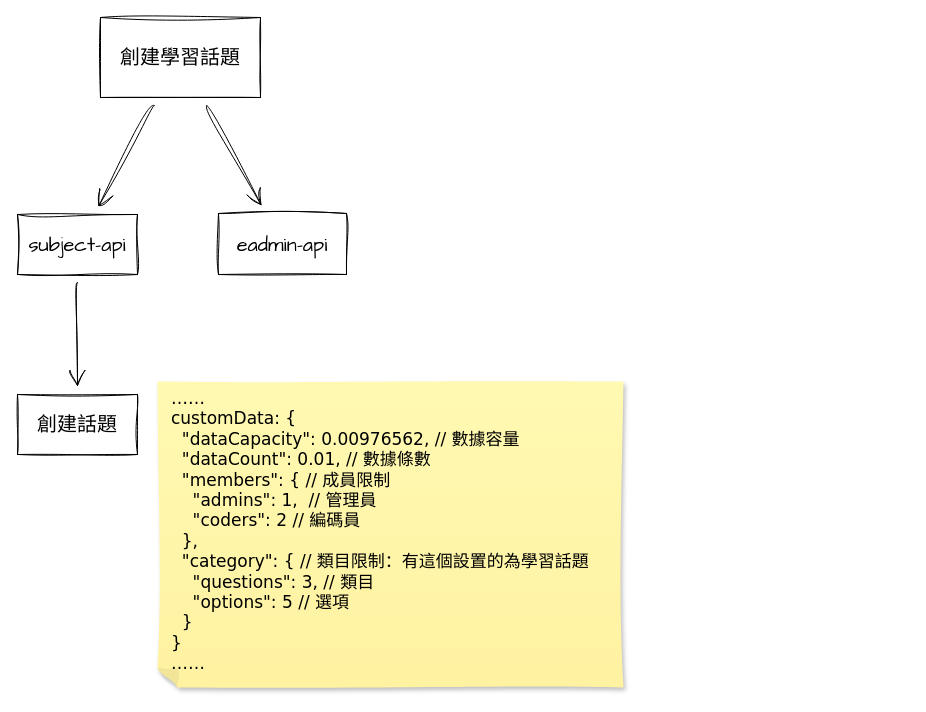
Before: draw/DiVoMiner創建/升級學習話題.drawio in YaoKaiPeng/z-my-draw.io, a draw.io diagram. Source tidied: cells renumbered, new cells numbered last; positions are measured from the earlier drawing's top-left corner, leaving out a move shared by most shapes. Both pictures are drawn from the tidied source at 100%, with x=0, y=0 at pixel (17, 17).
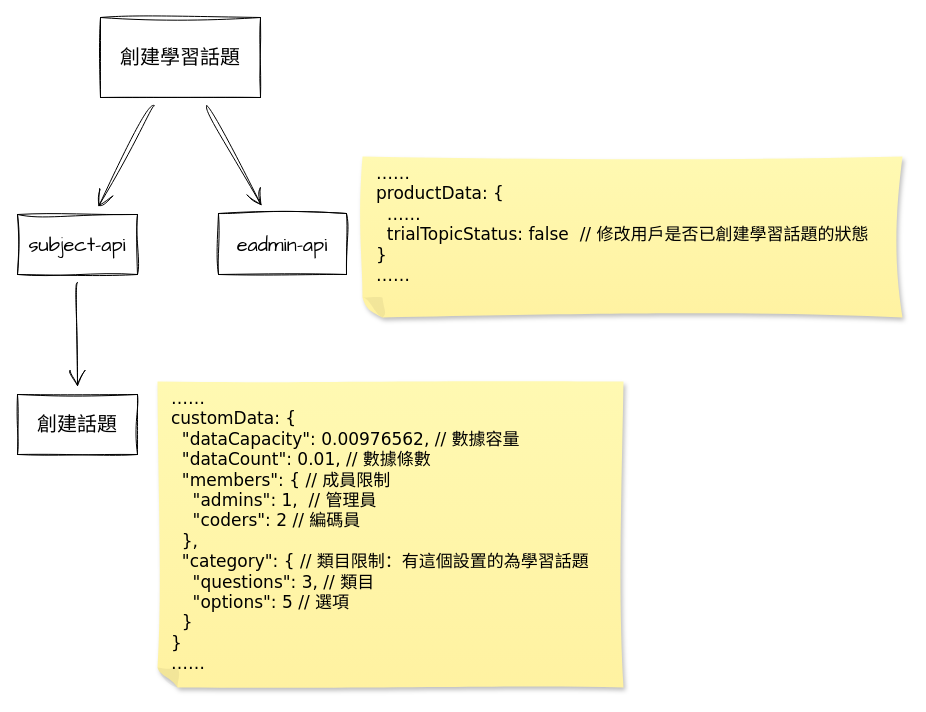
Above is the later version.

Commit message (it also covers changes not shown here):
更新升級學習話題.drawio

What changed in the source:
```diff
@@
 <mxGraphModel>
   <root>
     <mxCell id="0" />
     <mxCell id="1" parent="0" />
     <mxCell id="2" style="edgeStyle=none;curved=1;rounded=0;sketch=1;hachureGap=4;jiggle=2;curveFitting=1;jettySize=auto;html=1;fontFamily=Architects Daughter;fontSize=16;endArrow=open;startSize=14;endSize=14;sourcePerimeterSpacing=8;targetPerimeterSpacing=8;" parent="1" edge="1" source="4" target="6">
       <mxGeometry relative="1" as="geometry" />
     </mxCell>
     <mxCell id="3" style="edgeStyle=none;curved=1;rounded=0;sketch=1;hachureGap=4;jiggle=2;curveFitting=1;jettySize=auto;html=1;fontFamily=Architects Daughter;fontSize=16;endArrow=open;startSize=14;endSize=14;sourcePerimeterSpacing=8;targetPerimeterSpacing=8;" parent="1" edge="1" source="4" target="7">
       <mxGeometry relative="1" as="geometry" />
     </mxCell>
     <mxCell id="4" value="創建學習話題" style="rounded=0;whiteSpace=wrap;html=1;sketch=1;hachureGap=4;jiggle=2;curveFitting=1;fontFamily=Architects Daughter;fontSize=20;" parent="1" vertex="1">
       <mxGeometry x="83" width="160" height="80" as="geometry" />
     </mxCell>
     <mxCell id="5" style="edgeStyle=none;curved=1;rounded=0;sketch=1;hachureGap=4;jiggle=2;curveFitting=1;jettySize=auto;html=1;fontFamily=Architects Daughter;fontSize=16;endArrow=open;startSize=14;endSize=14;sourcePerimeterSpacing=8;targetPerimeterSpacing=8;" parent="1" edge="1" source="6" target="8">
       <mxGeometry relative="1" as="geometry" />
     </mxCell>
     <mxCell id="6" value="subject-api" style="whiteSpace=wrap;html=1;fontSize=20;fontFamily=Architects Daughter;rounded=0;sketch=1;hachureGap=4;jiggle=2;curveFitting=1;" parent="1" vertex="1">
       <mxGeometry y="197" width="120" height="60" as="geometry" />
     </mxCell>
     <mxCell id="7" value="eadmin-api" style="rounded=0;whiteSpace=wrap;html=1;sketch=1;hachureGap=4;jiggle=2;curveFitting=1;fontFamily=Architects Daughter;fontSize=20;" parent="1" vertex="1">
       <mxGeometry x="201" y="196" width="128" height="61" as="geometry" />
     </mxCell>
     <mxCell id="8" value="創建話題" style="whiteSpace=wrap;html=1;fontSize=20;fontFamily=Architects Daughter;rounded=0;sketch=1;hachureGap=4;jiggle=2;curveFitting=1;" parent="1" vertex="1">
       <mxGeometry y="377" width="120" height="60" as="geometry" />
     </mxCell>
     <mxCell id="9" value="&lt;div style=&quot;font-size: 17px;&quot;&gt;&lt;font style=&quot;font-size: 17px;&quot;&gt;……&lt;/font&gt;&lt;/div&gt;&lt;div style=&quot;font-size: 17px;&quot;&gt;&lt;font style=&quot;font-size: 17px;&quot;&gt;customData: {&lt;/font&gt;&lt;/div&gt;&lt;div style=&quot;font-size: 17px;&quot;&gt;&lt;font style=&quot;font-size: 17px;&quot;&gt;&amp;nbsp; &quot;dataCapacity&quot;: 0.00976562, // 數據容量&lt;/font&gt;&lt;/div&gt;&lt;div style=&quot;font-size: 17px;&quot;&gt;&lt;font style=&quot;font-size: 17px;&quot;&gt;&amp;nbsp; &quot;dataCount&quot;: 0.01, // 數據條數&lt;/font&gt;&lt;/div&gt;&lt;div style=&quot;font-size: 17px;&quot;&gt;&lt;font style=&quot;font-size: 17px;&quot;&gt;&amp;nbsp; &quot;members&quot;: { // 成員限制&lt;/font&gt;&lt;/div&gt;&lt;div style=&quot;font-size: 17px;&quot;&gt;&lt;font style=&quot;font-size: 17px;&quot;&gt;&amp;nbsp; &amp;nbsp; &quot;admins&quot;: 1,&amp;nbsp; // 管理員&lt;/font&gt;&lt;/div&gt;&lt;div style=&quot;font-size: 17px;&quot;&gt;&lt;font style=&quot;font-size: 17px;&quot;&gt;&amp;nbsp; &amp;nbsp; &quot;coders&quot;: 2 // 編碼員&lt;/font&gt;&lt;/div&gt;&lt;div style=&quot;font-size: 17px;&quot;&gt;&lt;font style=&quot;font-size: 17px;&quot;&gt;&amp;nbsp; },&lt;/font&gt;&lt;/div&gt;&lt;div style=&quot;font-size: 17px;&quot;&gt;&lt;font style=&quot;font-size: 17px;&quot;&gt;&amp;nbsp; &quot;category&quot;: { // 類目限制：有這個設置的為學習話題&lt;/font&gt;&lt;/div&gt;&lt;div style=&quot;font-size: 17px;&quot;&gt;&lt;font style=&quot;font-size: 17px;&quot;&gt;&amp;nbsp; &amp;nbsp; &quot;questions&quot;: 3, // 類目&lt;/font&gt;&lt;/div&gt;&lt;div style=&quot;font-size: 17px;&quot;&gt;&lt;font style=&quot;font-size: 17px;&quot;&gt;&amp;nbsp; &amp;nbsp; &quot;options&quot;: 5 // 選項&lt;/font&gt;&lt;/div&gt;&lt;div style=&quot;font-size: 17px;&quot;&gt;&lt;font style=&quot;font-size: 17px;&quot;&gt;&amp;nbsp; }&lt;/font&gt;&lt;/div&gt;&lt;div style=&quot;font-size: 17px;&quot;&gt;&lt;font style=&quot;font-size: 17px;&quot;&gt;}&lt;/font&gt;&lt;/div&gt;&lt;div style=&quot;font-size: 17px;&quot;&gt;……&lt;/div&gt;" style="shape=note;whiteSpace=wrap;html=1;backgroundOutline=1;fontColor=#000000;darkOpacity=0.05;fillColor=#FFF9B2;strokeColor=none;fillStyle=solid;direction=west;gradientDirection=north;gradientColor=#FFF2A1;shadow=1;size=20;sketch=1;hachureGap=4;jiggle=2;curveFitting=1;fontFamily=Verdana;fontSize=17;align=left;verticalAlign=top;spacingLeft=12;" parent="1" vertex="1">
       <mxGeometry x="140" y="364" width="466" height="306" as="geometry" />
     </mxCell>
+    <mxCell id="10" value="&lt;div style=&quot;font-size: 17px;&quot;&gt;&lt;font style=&quot;font-size: 17px;&quot;&gt;……&lt;/font&gt;&lt;/div&gt;&lt;div style=&quot;font-size: 17px;&quot;&gt;&lt;font style=&quot;font-size: 17px;&quot;&gt;productData: {&lt;/font&gt;&lt;/div&gt;&lt;div style=&quot;font-size: 17px;&quot;&gt;&lt;font style=&quot;font-size: 17px;&quot;&gt;&amp;nbsp; ……&lt;/font&gt;&lt;/div&gt;&lt;div style=&quot;font-size: 17px;&quot;&gt;&lt;font style=&quot;font-size: 17px;&quot;&gt;&amp;nbsp; trialTopicStatus: false&amp;nbsp; // 修改用戶是否已創建學習話題的狀態&lt;/font&gt;&lt;/div&gt;&lt;div style=&quot;font-size: 17px;&quot;&gt;&lt;font style=&quot;font-size: 17px;&quot;&gt;}&lt;/font&gt;&lt;/div&gt;&lt;div style=&quot;font-size: 17px;&quot;&gt;……&lt;/div&gt;" style="shape=note;whiteSpace=wrap;html=1;backgroundOutline=1;fontColor=#000000;darkOpacity=0.05;fillColor=#FFF9B2;strokeColor=none;fillStyle=solid;direction=west;gradientDirection=north;gradientColor=#FFF2A1;shadow=1;size=20;sketch=1;hachureGap=4;jiggle=2;curveFitting=1;fontFamily=Verdana;fontSize=17;align=left;verticalAlign=top;spacingLeft=12;" parent="1" vertex="1">
+      <mxGeometry x="345" y="139" width="540" height="161" as="geometry" />
+    </mxCell>
   </root>
 </mxGraphModel>
```
